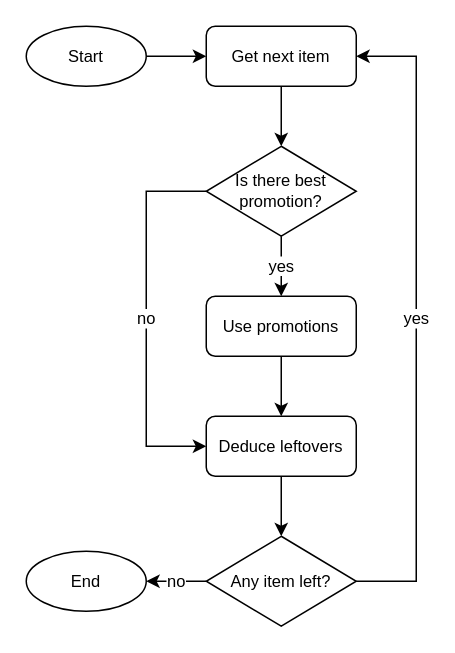
hanggrian/IIT-CS430 keeps this draw.io diagram as page "algo_greedy" (3 of 4) of cheapest-merchandise/dsa.drawio. Above is the earlier version. Source tidied: cells renumbered, new cells numbered last; positions are measured from the earlier drawing's top-left corner, leaving out a move shared by most shapes. Both pictures are drawn from the tidied source at 150%, with x=0, y=0 at pixel (26, 26).
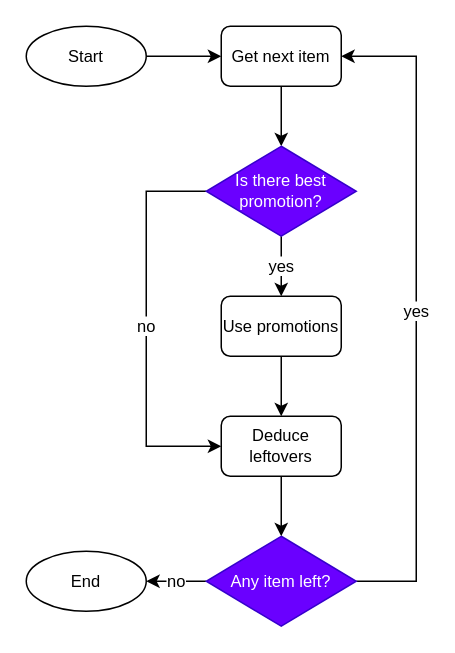
The same diagram, later.

The edit, as a diff of the source:
```diff
@@
     <mxCell id="3" value="Get next item" style="rounded=1;whiteSpace=wrap;html=1;fontSize=11;" parent="1" vertex="1">
-      <mxGeometry x="120" width="100" height="40" as="geometry" />
+      <mxGeometry x="130" width="80" height="40" as="geometry" />
     </mxCell>
@@
-    <mxCell id="8" value="Any item left?" style="rhombus;whiteSpace=wrap;html=1;fontSize=11;" parent="1" vertex="1">
+    <mxCell id="8" value="Any item left?" style="rhombus;whiteSpace=wrap;html=1;fontSize=11;fillColor=#6a00ff;fontColor=#ffffff;strokeColor=#3700CC;" parent="1" vertex="1">
       <mxGeometry x="120" y="340" width="100" height="60" as="geometry" />
     </mxCell>
@@
-    <mxCell id="11" value="Is there best&lt;br&gt;promotion?" style="rhombus;whiteSpace=wrap;html=1;fontSize=11;" parent="1" vertex="1">
+    <mxCell id="11" value="Is there best&lt;br&gt;promotion?" style="rhombus;whiteSpace=wrap;html=1;fontSize=11;fillColor=#6a00ff;fontColor=#ffffff;strokeColor=#3700CC;" parent="1" vertex="1">
       <mxGeometry x="120" y="80" width="100" height="60" as="geometry" />
     </mxCell>
@@
     <mxCell id="13" value="Use promotions" style="rounded=1;whiteSpace=wrap;html=1;fontSize=11;" parent="1" vertex="1">
-      <mxGeometry x="120" y="180" width="100" height="40" as="geometry" />
+      <mxGeometry x="130" y="180" width="80" height="40" as="geometry" />
     </mxCell>
@@
     <mxCell id="15" value="Deduce leftovers" style="rounded=1;whiteSpace=wrap;html=1;fontSize=11;" parent="1" vertex="1">
-      <mxGeometry x="120" y="260" width="100" height="40" as="geometry" />
+      <mxGeometry x="130" y="260" width="80" height="40" as="geometry" />
     </mxCell>
```
